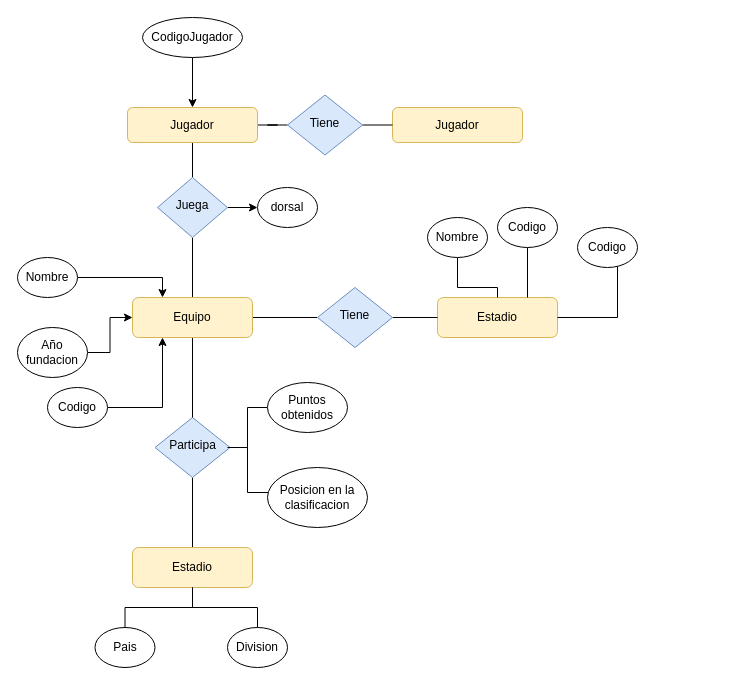
The draw.io diagram Diagrama de flujo analisis Jordy Vega 1190-18-9769.drawio in JordyV3/segundo-parcial-analisis, before the edit. Source tidied: cells renumbered, new cells numbered last; positions are measured from the earlier drawing's top-left corner, leaving out a move shared by most shapes. Both pictures are drawn from the tidied source at 100%, with x=0, y=0 at pixel (17, 17).
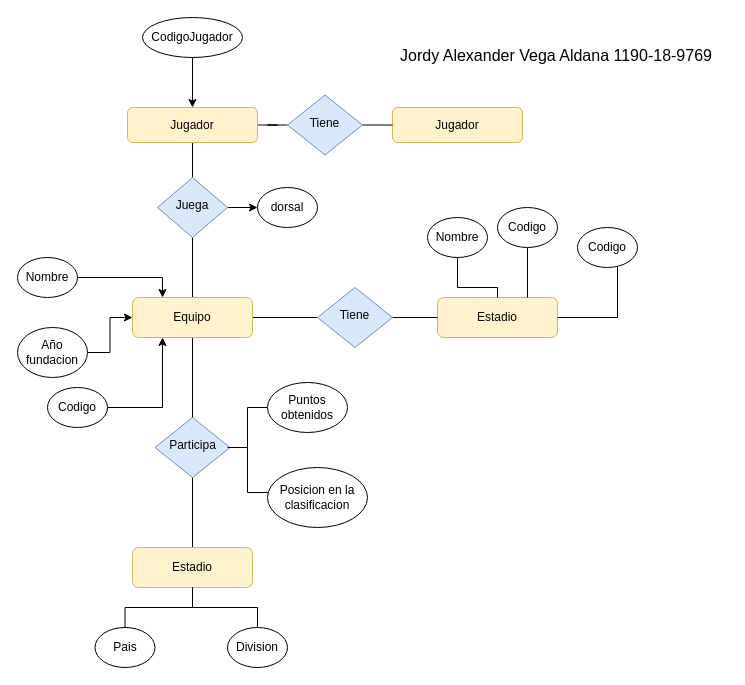
After the change.

Diff of the diagram source:
```diff
@@
+    <mxCell id="43" value="&lt;font style=&quot;font-size: 16px&quot;&gt;Jordy Alexander Vega Aldana 1190-18-9769&lt;/font&gt;" style="text;html=1;strokeColor=none;fillColor=none;align=center;verticalAlign=middle;whiteSpace=wrap;rounded=0;" parent="1" vertex="1">
+      <mxGeometry x="368" y="28" width="342" height="20" as="geometry" />
+    </mxCell>
```
